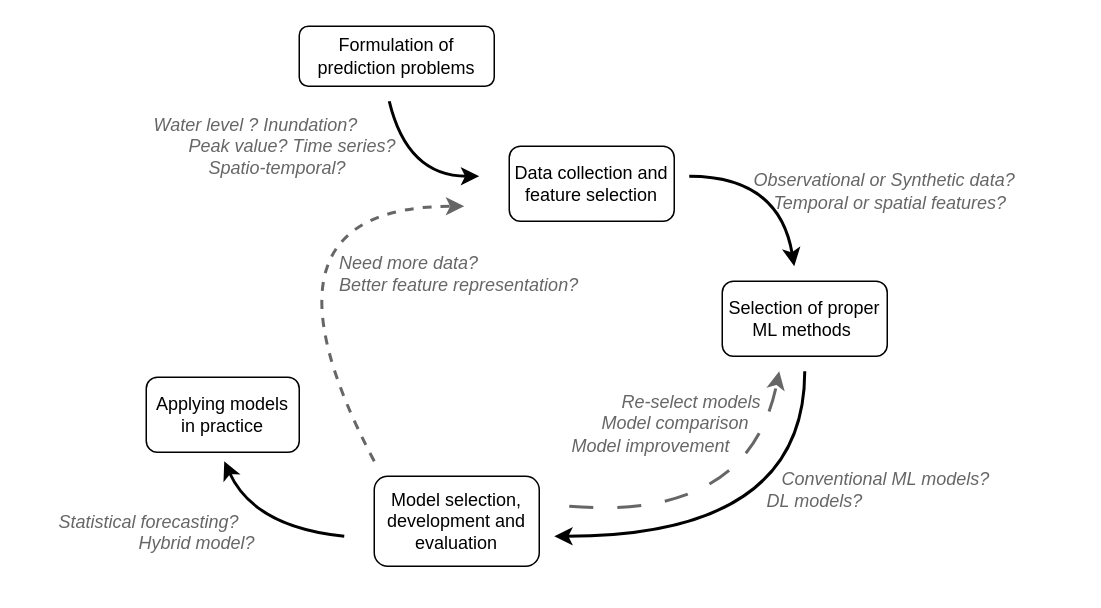
Before: workflow.drawio in Xylitolor/Xylitolee, a draw.io diagram. Source tidied: cells renumbered, new cells numbered last; positions are measured from the earlier drawing's top-left corner, leaving out a move shared by most shapes. Both pictures are drawn from the tidied source at 150%, with x=0, y=0 at pixel (26, 26).
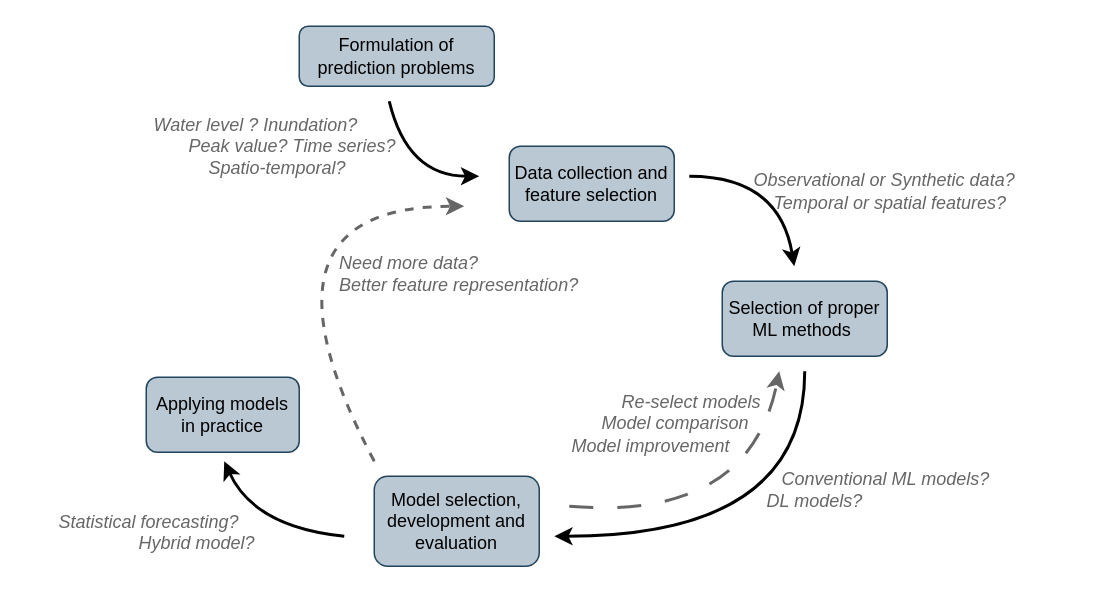
Above is the later version.

Diff of the diagram source:
```diff
@@
-    <mxCell id="2" value="&lt;p style=&quot;margin-top: 0pt; margin-bottom: 0pt; margin-left: 0in; direction: ltr; unicode-bidi: embed; word-break: normal;&quot;&gt;&lt;font&gt;Formulation of prediction problems&lt;/font&gt;&lt;/p&gt;" style="rounded=1;whiteSpace=wrap;html=1;fontFamily=Helvetica;" parent="1" vertex="1">
+    <mxCell id="2" value="&lt;p style=&quot;margin-top: 0pt; margin-bottom: 0pt; margin-left: 0in; direction: ltr; unicode-bidi: embed; word-break: normal;&quot;&gt;&lt;font&gt;Formulation of prediction problems&lt;/font&gt;&lt;/p&gt;" style="rounded=1;whiteSpace=wrap;html=1;fontFamily=Helvetica;fillColor=#bac8d3;strokeColor=#23445d;" parent="1" vertex="1">
       <mxGeometry x="182" width="130" height="40" as="geometry" />
     </mxCell>
-    <mxCell id="3" value="&lt;p style=&quot;margin-top: 0pt; margin-bottom: 0pt; margin-left: 0in; direction: ltr; unicode-bidi: embed; word-break: normal;&quot;&gt;&lt;font&gt;Data collection and feature selection&lt;/font&gt;&lt;/p&gt;" style="rounded=1;whiteSpace=wrap;html=1;fontFamily=Helvetica;" parent="1" vertex="1">
+    <mxCell id="3" value="&lt;p style=&quot;margin-top: 0pt; margin-bottom: 0pt; margin-left: 0in; direction: ltr; unicode-bidi: embed; word-break: normal;&quot;&gt;&lt;font&gt;Data collection and feature selection&lt;/font&gt;&lt;/p&gt;" style="rounded=1;whiteSpace=wrap;html=1;fontFamily=Helvetica;fillColor=#bac8d3;strokeColor=#23445d;" parent="1" vertex="1">
       <mxGeometry x="322" y="80" width="110" height="50" as="geometry" />
     </mxCell>
-    <mxCell id="4" value="&lt;p style=&quot;margin-top: 0pt; margin-bottom: 0pt; margin-left: 0in; direction: ltr; unicode-bidi: embed; word-break: normal;&quot;&gt;&lt;font&gt;Selection of proper ML methods&amp;nbsp;&lt;/font&gt;&lt;/p&gt;" style="rounded=1;whiteSpace=wrap;html=1;fontFamily=Helvetica;" parent="1" vertex="1">
+    <mxCell id="4" value="&lt;p style=&quot;margin-top: 0pt; margin-bottom: 0pt; margin-left: 0in; direction: ltr; unicode-bidi: embed; word-break: normal;&quot;&gt;&lt;font&gt;Selection of proper ML methods&amp;nbsp;&lt;/font&gt;&lt;/p&gt;" style="rounded=1;whiteSpace=wrap;html=1;fontFamily=Helvetica;fillColor=#bac8d3;strokeColor=#23445d;" parent="1" vertex="1">
       <mxGeometry x="464" y="170" width="110" height="50" as="geometry" />
     </mxCell>
-    <mxCell id="5" value="&lt;p style=&quot;margin-top: 0pt; margin-bottom: 0pt; margin-left: 0in; direction: ltr; unicode-bidi: embed; word-break: normal;&quot;&gt;&lt;font&gt;Model selection, development and evaluation&lt;/font&gt;&lt;/p&gt;" style="rounded=1;whiteSpace=wrap;html=1;align=center;fontFamily=Helvetica;" parent="1" vertex="1">
+    <mxCell id="5" value="&lt;p style=&quot;margin-top: 0pt; margin-bottom: 0pt; margin-left: 0in; direction: ltr; unicode-bidi: embed; word-break: normal;&quot;&gt;&lt;font&gt;Model selection, development and evaluation&lt;/font&gt;&lt;/p&gt;" style="rounded=1;whiteSpace=wrap;html=1;align=center;fontFamily=Helvetica;fillColor=#bac8d3;strokeColor=#23445d;" parent="1" vertex="1">
       <mxGeometry x="232" y="300" width="110" height="60" as="geometry" />
     </mxCell>
-    <mxCell id="6" value="&lt;p style=&quot;margin-top: 0pt; margin-bottom: 0pt; margin-left: 0in; direction: ltr; unicode-bidi: embed; word-break: normal;&quot;&gt;&lt;font&gt;Applying models in practice&lt;/font&gt;&lt;/p&gt;" style="rounded=1;whiteSpace=wrap;html=1;align=center;fontFamily=Helvetica;" parent="1" vertex="1">
+    <mxCell id="6" value="&lt;p style=&quot;margin-top: 0pt; margin-bottom: 0pt; margin-left: 0in; direction: ltr; unicode-bidi: embed; word-break: normal;&quot;&gt;&lt;font&gt;Applying models in practice&lt;/font&gt;&lt;/p&gt;" style="rounded=1;whiteSpace=wrap;html=1;align=center;fontFamily=Helvetica;fillColor=#bac8d3;strokeColor=#23445d;" parent="1" vertex="1">
       <mxGeometry x="80" y="234" width="102" height="50" as="geometry" />
     </mxCell>
@@
-    <mxCell id="10" value="&amp;nbsp; &amp;nbsp; Water level ? Inundation?&lt;br&gt;&amp;nbsp; &amp;nbsp; &amp;nbsp; &amp;nbsp; &amp;nbsp; &amp;nbsp;Peak value? Time series? &lt;br&gt;&amp;nbsp; &amp;nbsp; &amp;nbsp; &amp;nbsp; &amp;nbsp; &amp;nbsp; &amp;nbsp; &amp;nbsp;Spatio-temporal?" style="text;html=1;strokeColor=none;fillColor=none;align=left;verticalAlign=middle;whiteSpace=wrap;rounded=0;fontFamily=Helvetica;fontStyle=2;fontColor=#666666;" parent="1" vertex="1">
+    <mxCell id="10" value="&lt;font style=&quot;font-size: 12px;&quot;&gt;&amp;nbsp; &amp;nbsp; Water level ? Inundation?&lt;br style=&quot;&quot;&gt;&amp;nbsp; &amp;nbsp; &amp;nbsp; &amp;nbsp; &amp;nbsp; &amp;nbsp;Peak value? Time series? &lt;br style=&quot;&quot;&gt;&amp;nbsp; &amp;nbsp; &amp;nbsp; &amp;nbsp; &amp;nbsp; &amp;nbsp; &amp;nbsp; &amp;nbsp;Spatio-temporal?&lt;/font&gt;" style="text;html=1;strokeColor=none;fillColor=none;align=left;verticalAlign=middle;whiteSpace=wrap;rounded=0;fontFamily=Helvetica;fontStyle=2;fontColor=#666666;fontSize=12;" parent="1" vertex="1">
       <mxGeometry x="70" y="60" width="230" height="40" as="geometry" />
     </mxCell>
```
